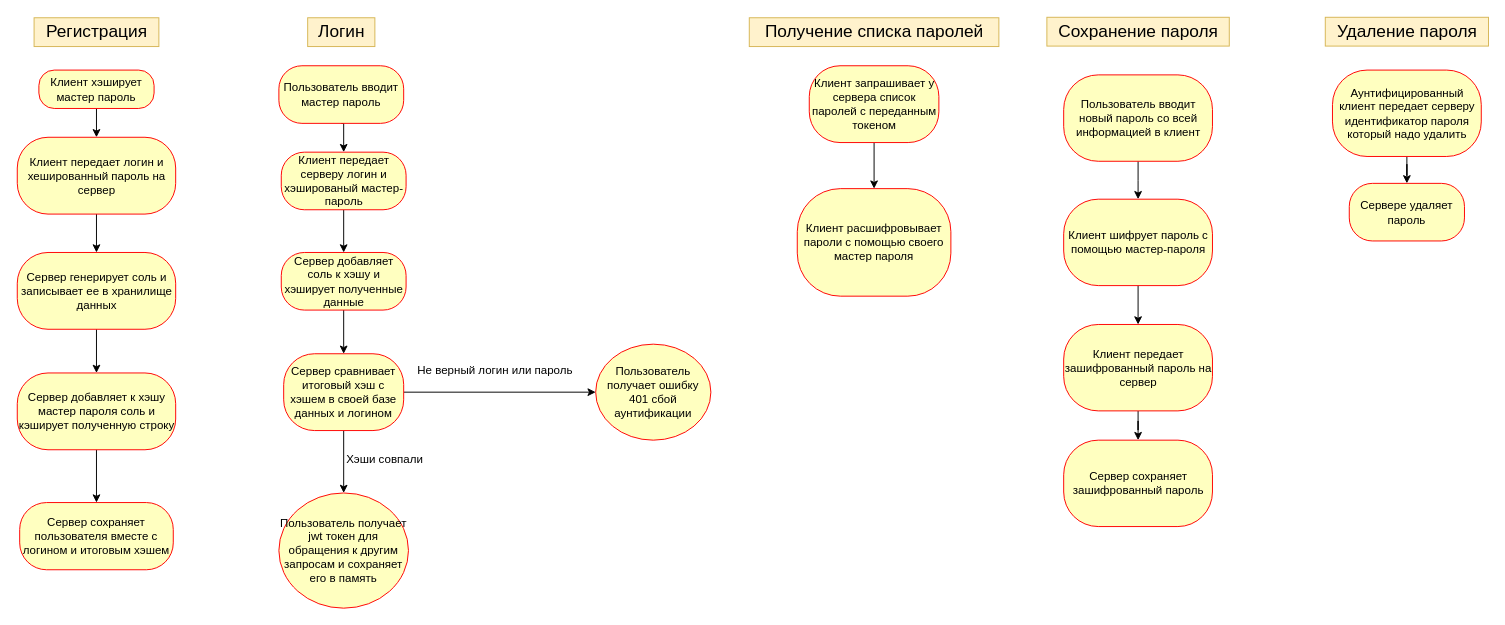
Above: page "store algo" (1 of 2) of drawio/kanban.drawio in ilya372317/keeper-pass (draw.io), before the change. Source tidied: cells renumbered, new cells numbered last; positions are measured from the earlier drawing's top-left corner, leaving out a move shared by most shapes. Both pictures are drawn from the tidied source at 96%, with x=0, y=0 at pixel (17, 17).
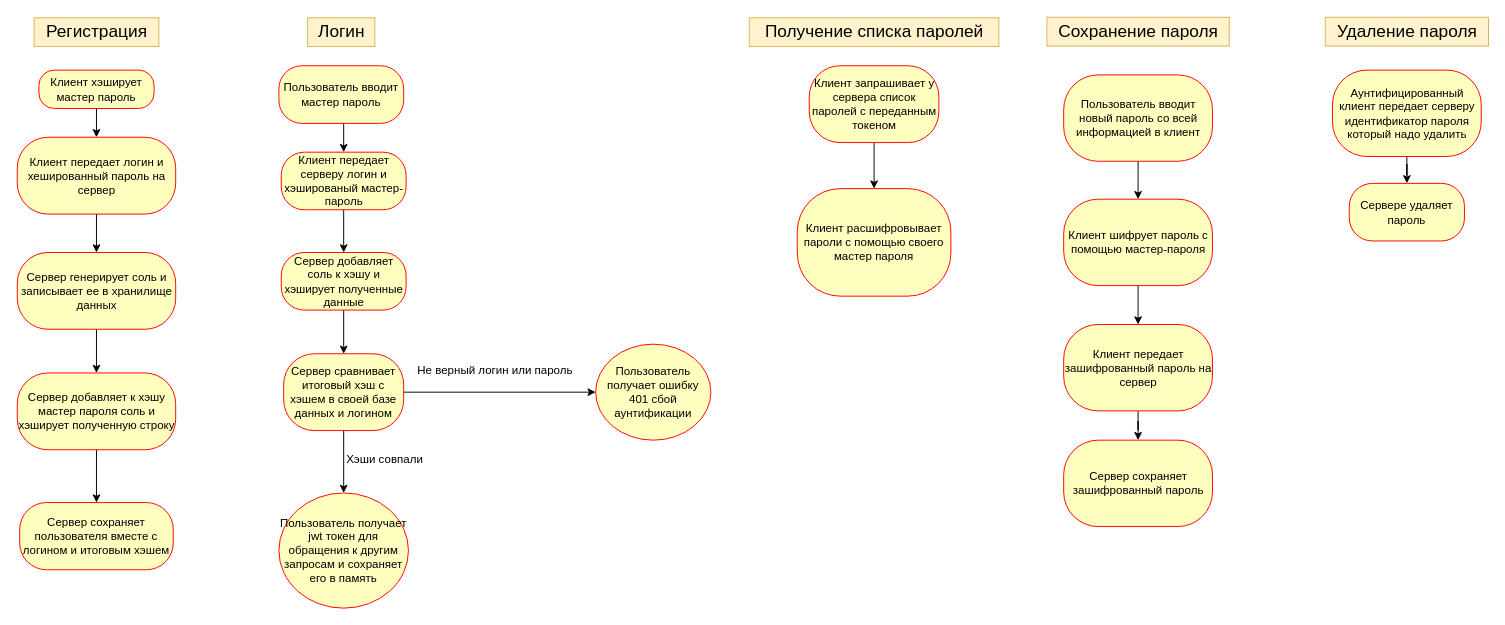
Above is the later version.

What changed in the source:
```diff
@@
-    <mxCell id="41" value="Сервер добавляет к хэшу мастер пароля соль и кэширует полученную строку" style="rounded=1;whiteSpace=wrap;html=1;arcSize=40;fontColor=#000000;fillColor=#ffffc0;strokeColor=#ff0000;" parent="1" vertex="1">
+    <mxCell id="41" value="Сервер добавляет к хэшу мастер пароля соль и хэширует полученную строку" style="rounded=1;whiteSpace=wrap;html=1;arcSize=40;fontColor=#000000;fillColor=#ffffc0;strokeColor=#ff0000;" parent="1" vertex="1">
       <mxGeometry x="-0.5" y="370" width="165" height="80" as="geometry" />
     </mxCell>
```
